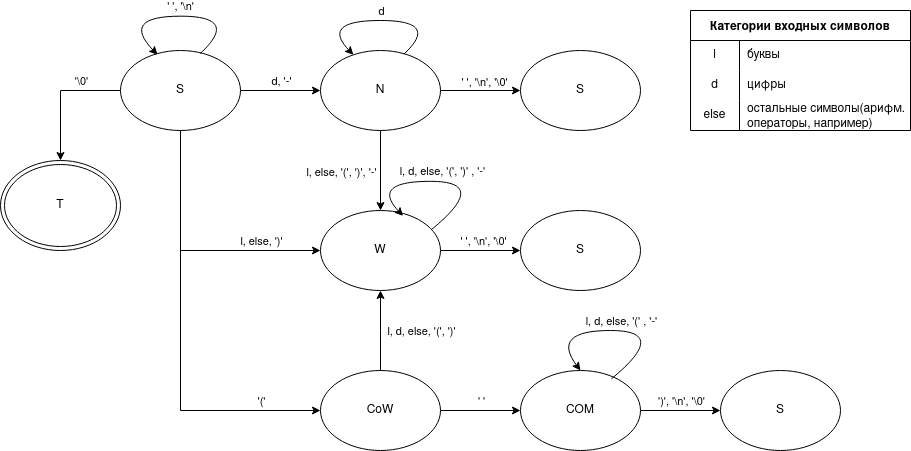
Alexey-Anpilov/forth_interpretator keeps this draw.io diagram as Untitled Diagram.drawio.png. Above is the earlier version. Source tidied: cells renumbered, new cells last; positions are measured from the earlier drawing's top-left corner, leaving out a move shared by most shapes.
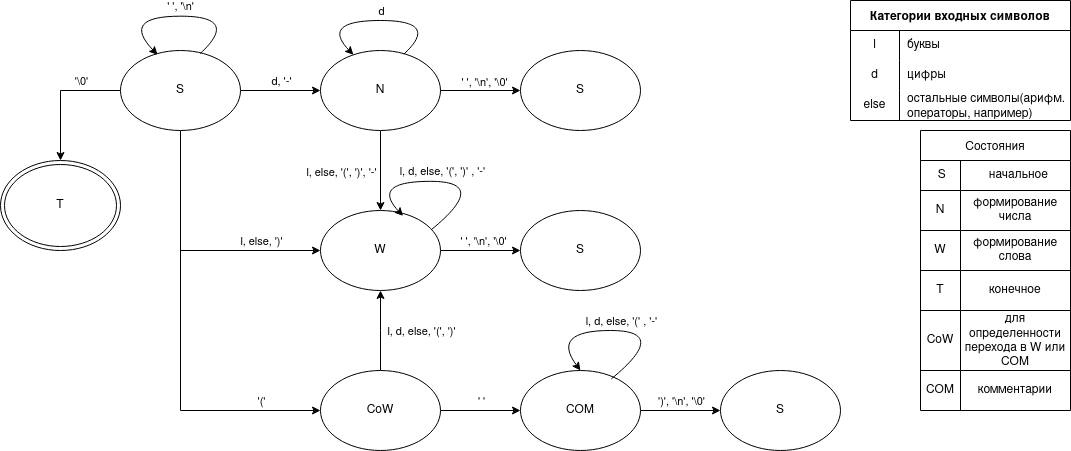
Above is the later version.

Change to the diagram source:
```diff
@@ -158,7 +158,7 @@
       <mxGeometry y="150" width="120" height="90" as="geometry" />
     </mxCell>
     <mxCell id="37" value="Категории входных символов" style="shape=table;startSize=30;rowLines=0;fontStyle=1;" parent="1" vertex="1">
-      <mxGeometry x="690" width="220" height="120" as="geometry" />
+      <mxGeometry x="850" y="-10" width="220" height="120" as="geometry" />
     </mxCell>
     <mxCell id="38" style="shape=tableRow;horizontal=0;startSize=0;swimlaneHead=0;swimlaneBody=0;top=0;left=0;bottom=0;right=0;fillColor=none;" parent="37" vertex="1">
       <mxGeometry y="30" width="220" height="30" as="geometry" />
@@ -201,5 +201,62 @@
         <mxPoint x="18" y="-10" as="offset" />
       </mxGeometry>
     </mxCell>
+    <mxCell id="49" value="Состояния" style="shape=table;startSize=30;" parent="1" vertex="1">
+      <mxGeometry x="920" y="120" width="150" height="280" as="geometry" />
+    </mxCell>
+    <mxCell id="50" style="shape=tableRow;horizontal=0;startSize=0;swimlaneHead=0;swimlaneBody=0;top=0;left=0;bottom=0;right=0;fillColor=none;" parent="49" vertex="1">
+      <mxGeometry y="30" width="150" height="30" as="geometry" />
+    </mxCell>
+    <mxCell id="51" value="&amp;nbsp;S" style="shape=partialRectangle;html=1;whiteSpace=wrap;overflow=hidden;fillColor=none;top=0;left=0;bottom=0;right=0;" parent="50" vertex="1">
+      <mxGeometry width="40" height="30" as="geometry" />
+    </mxCell>
+    <mxCell id="52" value="&amp;nbsp; начальное" style="shape=partialRectangle;html=1;whiteSpace=wrap;overflow=hidden;fillColor=none;top=0;left=0;bottom=0;right=0;" parent="50" vertex="1">
+      <mxGeometry x="40" width="110" height="30" as="geometry" />
+    </mxCell>
+    <mxCell id="53" style="shape=tableRow;horizontal=0;startSize=0;swimlaneHead=0;swimlaneBody=0;top=0;left=0;bottom=0;right=0;fillColor=none;" parent="49" vertex="1">
+      <mxGeometry y="60" width="150" height="40" as="geometry" />
+    </mxCell>
+    <mxCell id="54" value="N" style="shape=partialRectangle;html=1;whiteSpace=wrap;overflow=hidden;fillColor=none;top=0;left=0;bottom=0;right=0;" parent="53" vertex="1">
+      <mxGeometry width="40" height="40" as="geometry" />
+    </mxCell>
+    <mxCell id="55" value="формирование числа" style="shape=partialRectangle;html=1;whiteSpace=wrap;overflow=hidden;fillColor=none;top=0;left=0;bottom=0;right=0;" parent="53" vertex="1">
+      <mxGeometry x="40" width="110" height="40" as="geometry" />
+    </mxCell>
+    <mxCell id="56" style="shape=tableRow;horizontal=0;startSize=0;swimlaneHead=0;swimlaneBody=0;top=0;left=0;bottom=0;right=0;fillColor=none;" parent="49" vertex="1">
+      <mxGeometry y="100" width="150" height="40" as="geometry" />
+    </mxCell>
+    <mxCell id="57" value="W" style="shape=partialRectangle;html=1;whiteSpace=wrap;overflow=hidden;fillColor=none;top=0;left=0;bottom=0;right=0;" parent="56" vertex="1">
+      <mxGeometry width="40" height="40" as="geometry" />
+    </mxCell>
+    <mxCell id="58" value="формирование слова" style="shape=partialRectangle;html=1;whiteSpace=wrap;overflow=hidden;fillColor=none;top=0;left=0;bottom=0;right=0;" parent="56" vertex="1">
+      <mxGeometry x="40" width="110" height="40" as="geometry" />
+    </mxCell>
+    <mxCell id="59" style="shape=tableRow;horizontal=0;startSize=0;swimlaneHead=0;swimlaneBody=0;top=0;left=0;bottom=0;right=0;fillColor=none;" parent="49" vertex="1">
+      <mxGeometry y="140" width="150" height="40" as="geometry" />
+    </mxCell>
+    <mxCell id="60" value="T" style="shape=partialRectangle;html=1;whiteSpace=wrap;overflow=hidden;fillColor=none;top=0;left=0;bottom=0;right=0;" parent="59" vertex="1">
+      <mxGeometry width="40" height="40" as="geometry" />
+    </mxCell>
+    <mxCell id="61" value="конечное" style="shape=partialRectangle;html=1;whiteSpace=wrap;overflow=hidden;fillColor=none;top=0;left=0;bottom=0;right=0;" parent="59" vertex="1">
+      <mxGeometry x="40" width="110" height="40" as="geometry" />
+    </mxCell>
+    <mxCell id="62" style="shape=tableRow;horizontal=0;startSize=0;swimlaneHead=0;swimlaneBody=0;top=0;left=0;bottom=0;right=0;fillColor=none;" parent="49" vertex="1">
+      <mxGeometry y="180" width="150" height="60" as="geometry" />
+    </mxCell>
+    <mxCell id="63" value="CoW" style="shape=partialRectangle;html=1;whiteSpace=wrap;overflow=hidden;fillColor=none;top=0;left=0;bottom=0;right=0;" parent="62" vertex="1">
+      <mxGeometry width="40" height="60" as="geometry" />
+    </mxCell>
+    <mxCell id="64" value="для определенности перехода в W или COM" style="shape=partialRectangle;html=1;whiteSpace=wrap;overflow=hidden;fillColor=none;top=0;left=0;bottom=0;right=0;" parent="62" vertex="1">
+      <mxGeometry x="40" width="110" height="60" as="geometry" />
+    </mxCell>
+    <mxCell id="65" style="shape=tableRow;horizontal=0;startSize=0;swimlaneHead=0;swimlaneBody=0;top=0;left=0;bottom=0;right=0;fillColor=none;" parent="49" vertex="1">
+      <mxGeometry y="240" width="150" height="40" as="geometry" />
+    </mxCell>
+    <mxCell id="66" value="COM" style="shape=partialRectangle;html=1;whiteSpace=wrap;overflow=hidden;fillColor=none;top=0;left=0;bottom=0;right=0;" parent="65" vertex="1">
+      <mxGeometry width="40" height="40" as="geometry" />
+    </mxCell>
+    <mxCell id="67" value="комментарии" style="shape=partialRectangle;html=1;whiteSpace=wrap;overflow=hidden;fillColor=none;top=0;left=0;bottom=0;right=0;" parent="65" vertex="1">
+      <mxGeometry x="40" width="110" height="40" as="geometry" />
+    </mxCell>
   </root>
 </mxGraphModel>
```
